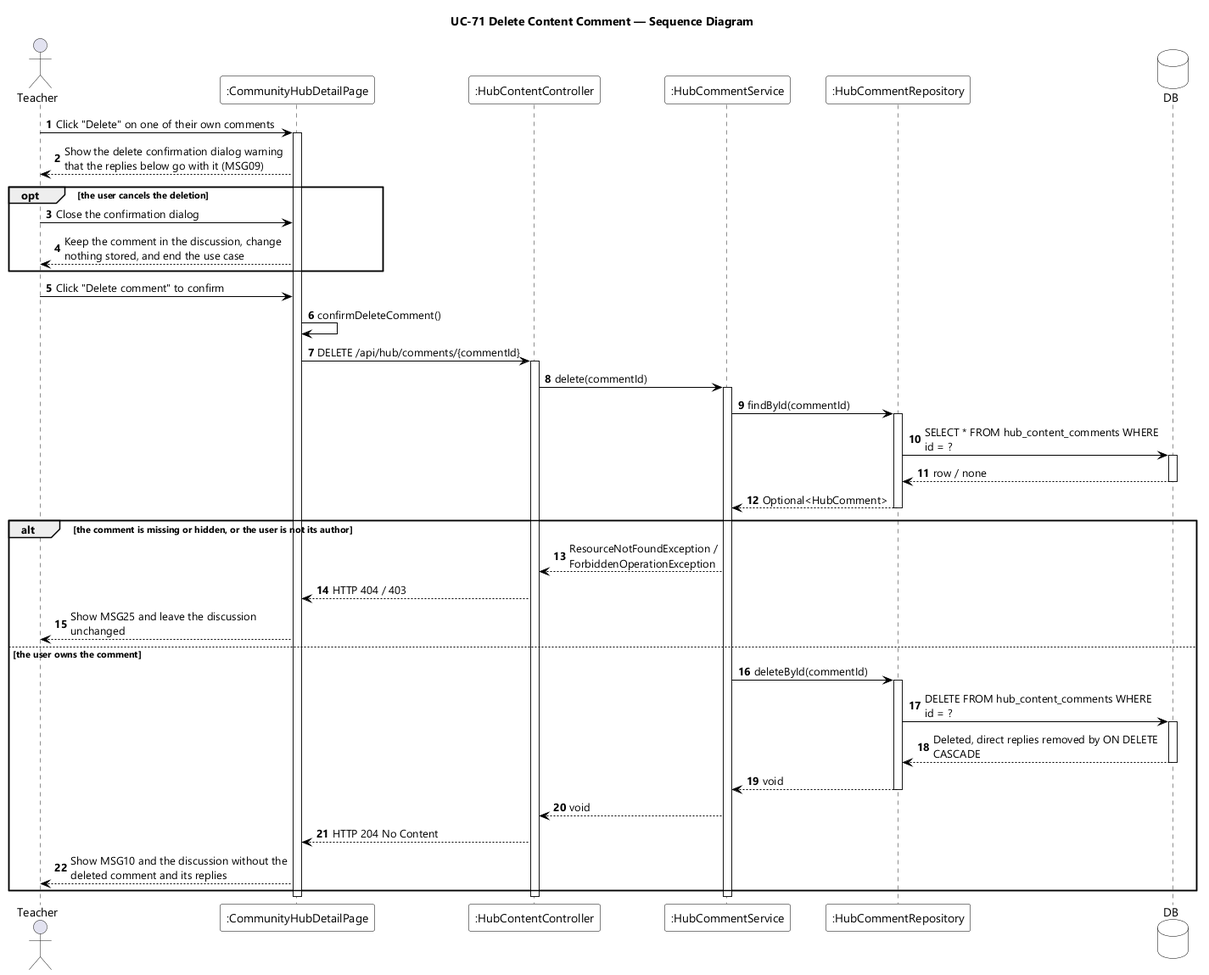
Earlier version of the PlantUML export designs/sds-diagrams/uc71/uc71-sequence-diagram.png (EduA-system/EduA-system). Source of this version:
```plantuml
@startuml UC-71 Delete Content Comment - Sequence Diagram
skinparamlocked dpi 96
skinparam defaultFontName "Segoe UI"
skinparam shadowing false
skinparam ParticipantBackgroundColor #FFFFFF
skinparam ParticipantBorderColor #000000
skinparam DatabaseBackgroundColor #FFFFFF
skinparam DatabaseBorderColor #000000
skinparam ArrowColor #000000
skinparam sequenceMessageAlign left
skinparam maxMessageSize 280
title UC-71 Delete Content Comment — Sequence Diagram

actor Teacher
participant ":CommunityHubDetailPage" as UI
participant ":HubContentController" as CTL
participant ":HubCommentService" as SVC
participant ":HubCommentRepository" as REPO
database DB

autonumber
Teacher -> UI : Click "Delete" on one of their own comments
activate UI
UI --> Teacher : Show the delete confirmation dialog warning that the replies below go with it (MSG09)

opt the user cancels the deletion
  Teacher -> UI : Close the confirmation dialog
  UI --> Teacher : Keep the comment in the discussion, change nothing stored, and end the use case
end

Teacher -> UI : Click "Delete comment" to confirm
UI -> UI : confirmDeleteComment()
UI -> CTL : DELETE /api/hub/comments/{commentId}
activate CTL
CTL -> SVC : delete(commentId)
activate SVC

SVC -> REPO : findById(commentId)
activate REPO
REPO -> DB : SELECT * FROM hub_content_comments WHERE id = ?
activate DB
DB --> REPO : row / none
deactivate DB
REPO --> SVC : Optional<HubComment>
deactivate REPO

alt the comment is missing or hidden, or the user is not its author
  SVC --> CTL : ResourceNotFoundException / ForbiddenOperationException
  CTL --> UI : HTTP 404 / 403
  UI --> Teacher : Show MSG25 and leave the discussion unchanged

else the user owns the comment
  SVC -> REPO : deleteById(commentId)
  activate REPO
  REPO -> DB : DELETE FROM hub_content_comments WHERE id = ?
  activate DB
  DB --> REPO : Deleted, direct replies removed by ON DELETE CASCADE
  deactivate DB
  REPO --> SVC : void
  deactivate REPO
  SVC --> CTL : void
  CTL --> UI : HTTP 204 No Content
  UI --> Teacher : Show MSG10 and the discussion without the deleted comment and its replies
end

deactivate SVC
deactivate CTL
deactivate UI
@enduml
```
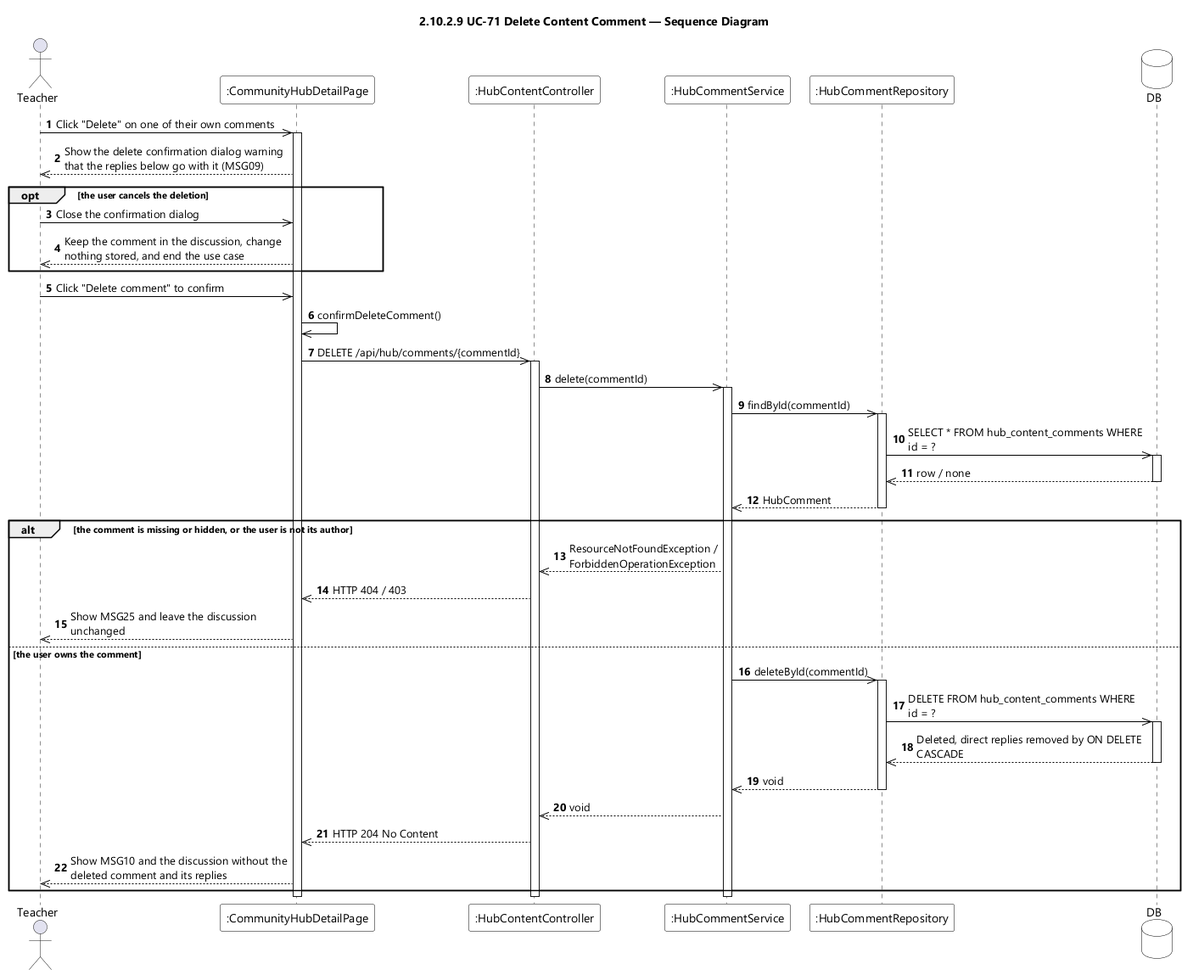
After the change.

Diff of the diagram source:
```diff
@@ -9,7 +9,7 @@
 skinparam ArrowColor #000000
 skinparam sequenceMessageAlign left
 skinparam maxMessageSize 280
-title UC-71 Delete Content Comment — Sequence Diagram
+title 2.10.2.9 UC-71 Delete Content Comment — Sequence Diagram
 
 actor Teacher
 participant ":CommunityHubDetailPage" as UI
@@ -19,48 +19,48 @@
 database DB
 
 autonumber
-Teacher -> UI : Click "Delete" on one of their own comments
+Teacher ->> UI : Click "Delete" on one of their own comments
 activate UI
-UI --> Teacher : Show the delete confirmation dialog warning that the replies below go with it (MSG09)
+UI -->> Teacher : Show the delete confirmation dialog warning that the replies below go with it (MSG09)
 
 opt the user cancels the deletion
-  Teacher -> UI : Close the confirmation dialog
-  UI --> Teacher : Keep the comment in the discussion, change nothing stored, and end the use case
+  Teacher ->> UI : Close the confirmation dialog
+  UI -->> Teacher : Keep the comment in the discussion, change nothing stored, and end the use case
 end
 
-Teacher -> UI : Click "Delete comment" to confirm
-UI -> UI : confirmDeleteComment()
-UI -> CTL : DELETE /api/hub/comments/{commentId}
+Teacher ->> UI : Click "Delete comment" to confirm
+UI ->> UI : confirmDeleteComment()
+UI ->> CTL : DELETE /api/hub/comments/{commentId}
 activate CTL
-CTL -> SVC : delete(commentId)
+CTL ->> SVC : delete(commentId)
 activate SVC
 
-SVC -> REPO : findById(commentId)
+SVC ->> REPO : findById(commentId)
 activate REPO
-REPO -> DB : SELECT * FROM hub_content_comments WHERE id = ?
+REPO ->> DB : SELECT * FROM hub_content_comments WHERE id = ?
 activate DB
-DB --> REPO : row / none
+DB -->> REPO : row / none
 deactivate DB
-REPO --> SVC : Optional<HubComment>
+REPO -->> SVC : HubComment
 deactivate REPO
 
 alt the comment is missing or hidden, or the user is not its author
-  SVC --> CTL : ResourceNotFoundException / ForbiddenOperationException
-  CTL --> UI : HTTP 404 / 403
-  UI --> Teacher : Show MSG25 and leave the discussion unchanged
+  SVC -->> CTL : ResourceNotFoundException / ForbiddenOperationException
+  CTL -->> UI : HTTP 404 / 403
+  UI -->> Teacher : Show MSG25 and leave the discussion unchanged
 
 else the user owns the comment
-  SVC -> REPO : deleteById(commentId)
+  SVC ->> REPO : deleteById(commentId)
   activate REPO
-  REPO -> DB : DELETE FROM hub_content_comments WHERE id = ?
+  REPO ->> DB : DELETE FROM hub_content_comments WHERE id = ?
   activate DB
-  DB --> REPO : Deleted, direct replies removed by ON DELETE CASCADE
+  DB -->> REPO : Deleted, direct replies removed by ON DELETE CASCADE
   deactivate DB
-  REPO --> SVC : void
+  REPO -->> SVC : void
   deactivate REPO
-  SVC --> CTL : void
-  CTL --> UI : HTTP 204 No Content
-  UI --> Teacher : Show MSG10 and the discussion without the deleted comment and its replies
+  SVC -->> CTL : void
+  CTL -->> UI : HTTP 204 No Content
+  UI -->> Teacher : Show MSG10 and the discussion without the deleted comment and its replies
 end
 
 deactivate SVC
```
